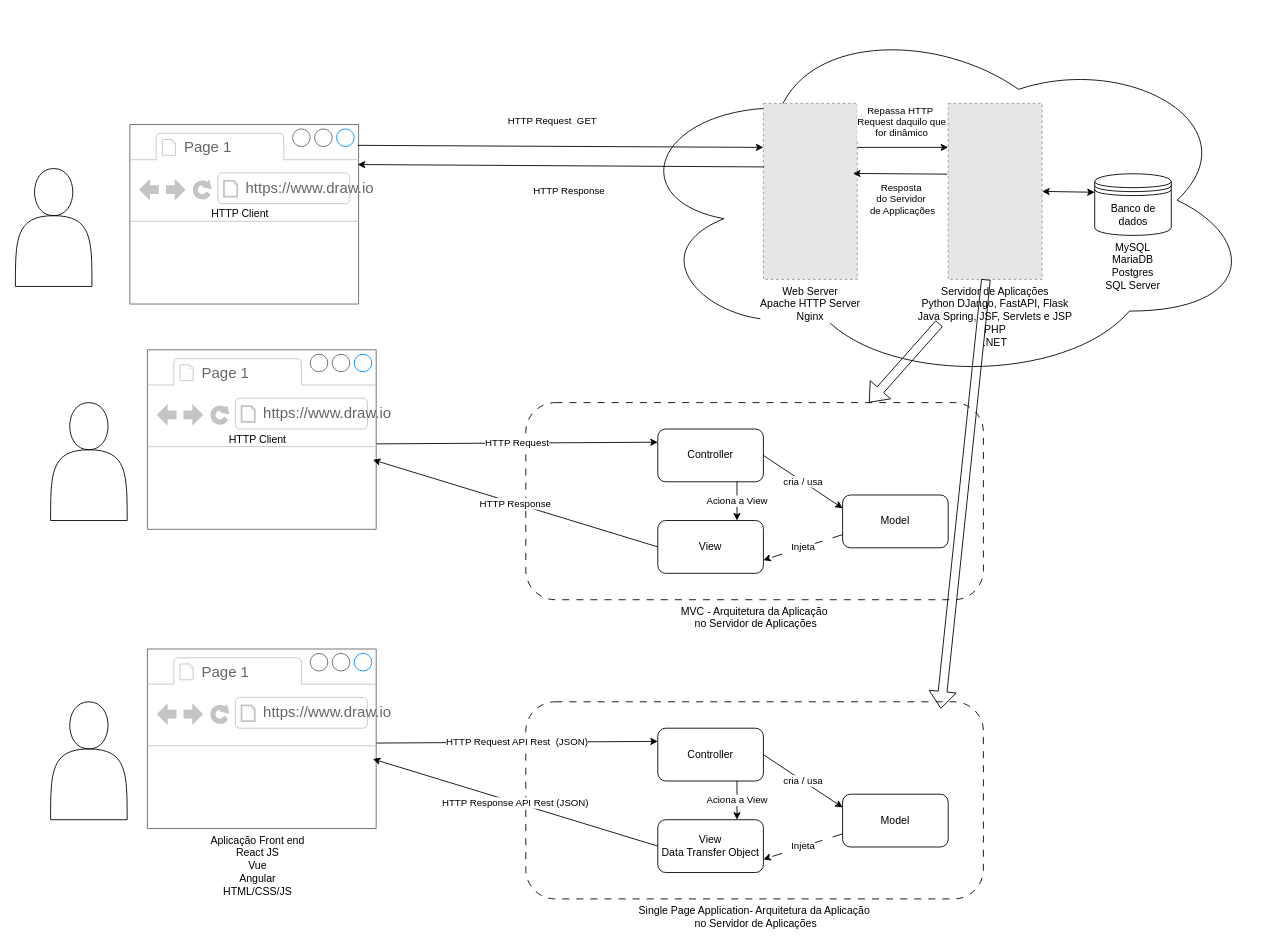
Above: zl-dsm-ldm/aula04/Backend.drawio in antoniorcn/fatec-2026-2s (draw.io), before the change. Source tidied: cells renumbered, new cells numbered last; positions are measured from the earlier drawing's top-left corner, leaving out a move shared by most shapes. Both pictures are drawn from the tidied source at 88%, with x=0, y=0 at pixel (15, 15). Pictures stored in the file or linked from it are replaced by grey dashed boxes.
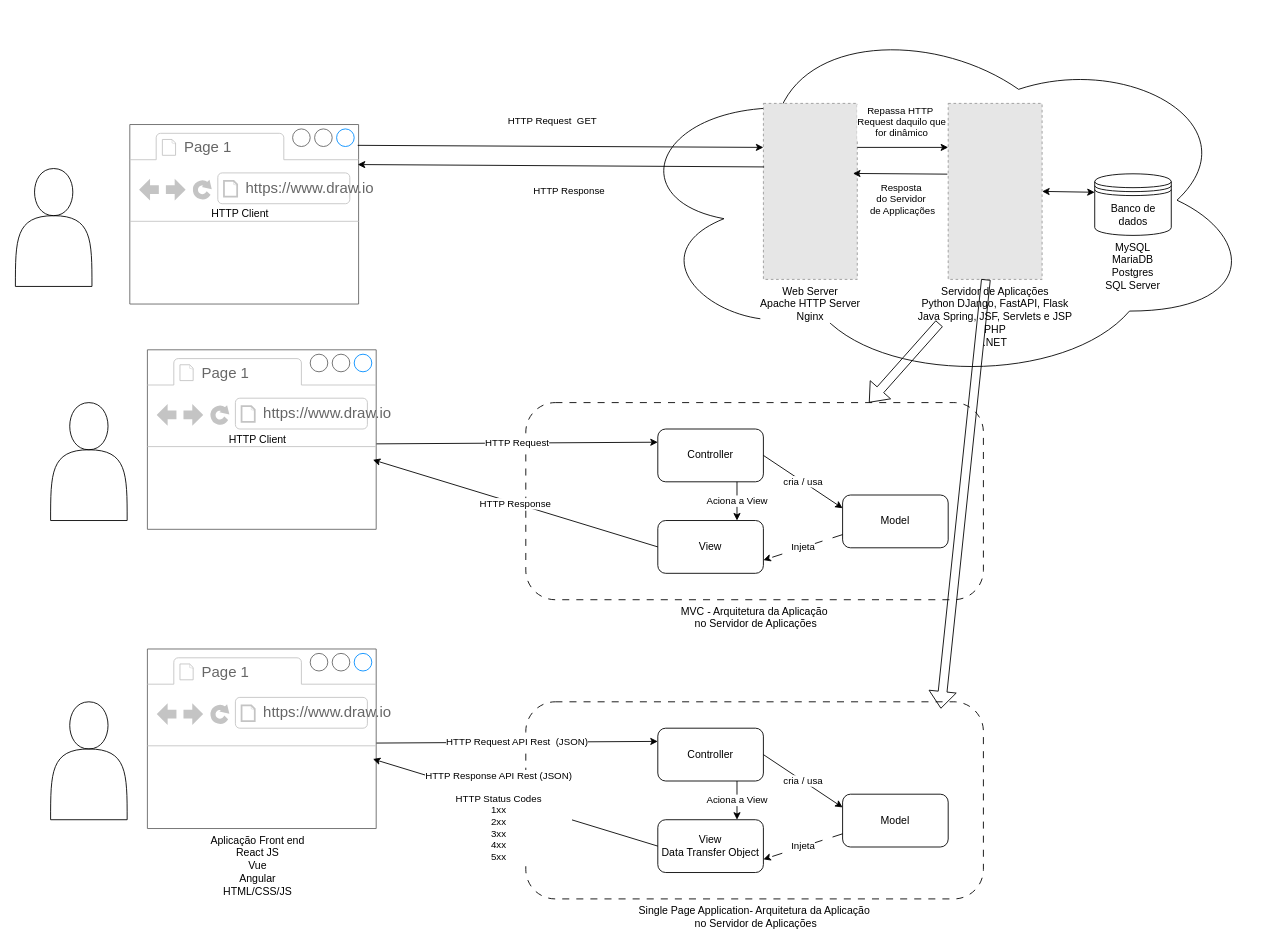
Above is the later version.

Unchanged cells that the change refers to:
```xml
<mxCell id="35" value="Aplicação Front end&lt;div&gt;React JS&lt;/div&gt;&lt;div&gt;Vue&lt;/div&gt;&lt;div&gt;Angular&lt;/div&gt;&lt;div&gt;HTML/CSS/JS&lt;/div&gt;" style="strokeWidth=1;shadow=0;dashed=0;align=center;html=1;shape=mxgraph.mockup.containers.browserWindow;rSize=0;strokeColor=#666666;strokeColor2=#008cff;strokeColor3=#c4c4c4;mainText=,;labelPosition=center;verticalLabelPosition=bottom;verticalAlign=top;" parent="1" vertex="1">
  <mxGeometry x="150" y="720" width="250" height="204" as="geometry" />
</mxCell>
<mxCell id="40" value="View&lt;div&gt;Data Transfer Object&lt;/div&gt;" style="rounded=1;whiteSpace=wrap;html=1;" parent="1" vertex="1">
  <mxGeometry x="730" y="914" width="120" height="60" as="geometry" />
</mxCell>
```

What changed in the source:
```diff
@@
-    <mxCell id="41" value="HTTP Response API Rest (JSON)" style="endArrow=classic;html=1;rounded=0;exitX=0;exitY=0.5;exitDx=0;exitDy=0;entryX=1.025;entryY=0.613;entryDx=0;entryDy=0;entryPerimeter=0;" parent="1" edge="1" source="40" target="35">
-      <mxGeometry relative="1" as="geometry" />
+    <mxCell id="41" value="HTTP Response API Rest (JSON)&lt;div&gt;&lt;br&gt;&lt;/div&gt;&lt;div&gt;HTTP Status Codes&lt;/div&gt;&lt;div&gt;1xx&lt;/div&gt;&lt;div&gt;2xx&lt;/div&gt;&lt;div&gt;3xx&lt;/div&gt;&lt;div&gt;4xx&lt;/div&gt;&lt;div&gt;5xx&lt;/div&gt;" style="endArrow=classic;html=1;rounded=0;exitX=0;exitY=0.5;exitDx=0;exitDy=0;entryX=1.025;entryY=0.613;entryDx=0;entryDy=0;entryPerimeter=0;" parent="1" edge="1" source="40" target="35">
+      <mxGeometry x="0.08" y="20" relative="1" as="geometry" />
     </mxCell>
```
